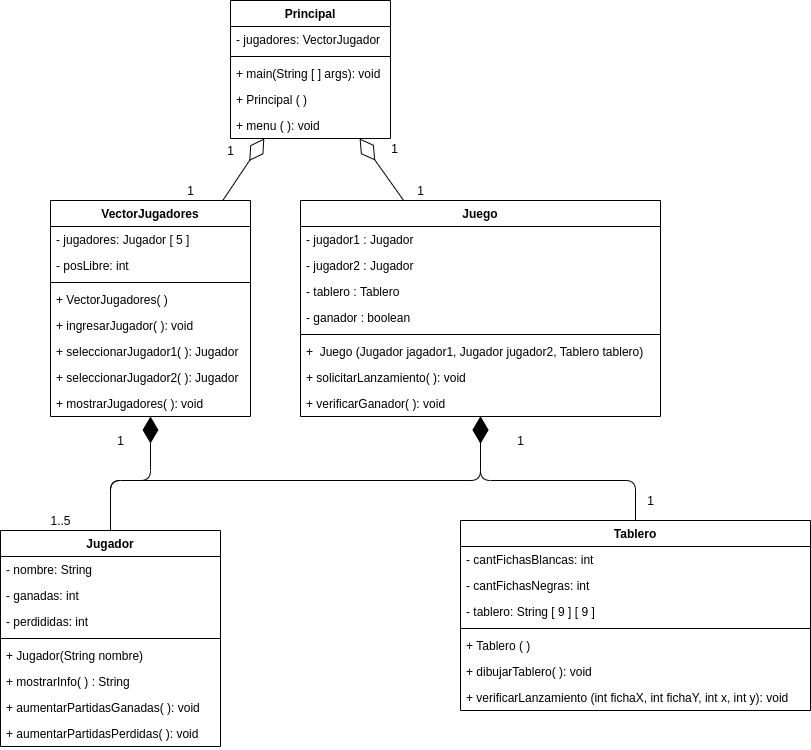
Pabloluis10/Damas keeps this draw.io diagram as Damas.png. Above is the earlier version. Source tidied: cells renumbered, new cells last; positions are measured from the earlier drawing's top-left corner, leaving out a move shared by most shapes.
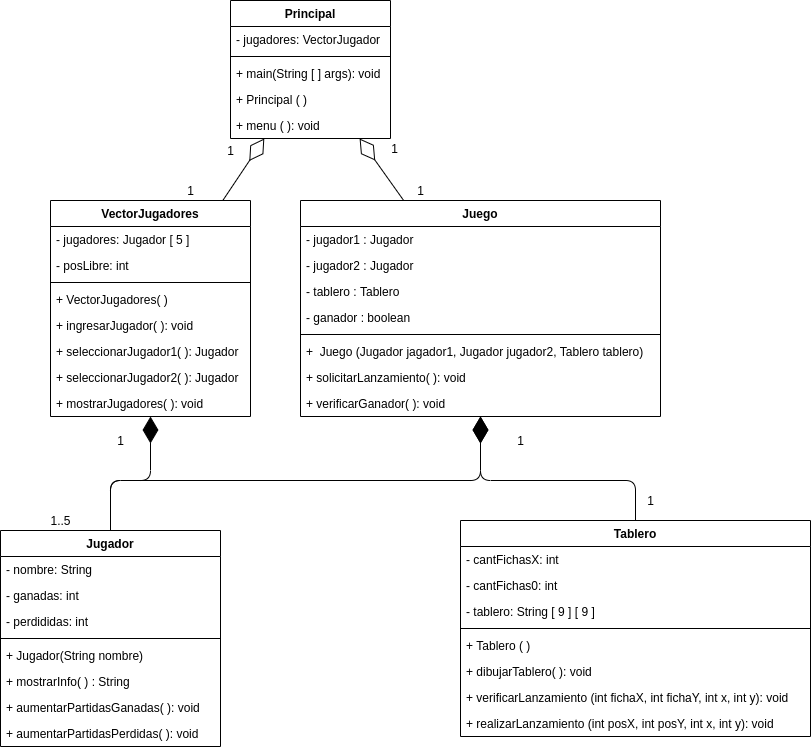
Above is the later version.

Commit message:
Agregue el metodo verificarLanzamiento y cantidadCasillasAvanzadas en Tablero.java

The edit, as a diff of the source:
```diff
@@ -30,12 +30,12 @@
       <mxGeometry y="190" width="220" height="26" as="geometry" />
     </mxCell>
     <mxCell id="11" value="Tablero" style="swimlane;fontStyle=1;align=center;verticalAlign=top;horizontal=1;startSize=26;" parent="1" vertex="1">
-      <mxGeometry x="460" y="520" width="350" height="190" as="geometry" />
+      <mxGeometry x="460" y="520" width="350" height="216" as="geometry" />
     </mxCell>
-    <mxCell id="12" value="- cantFichasBlancas: int" style="text;strokeColor=none;fillColor=none;align=left;verticalAlign=top;spacingLeft=4;spacingRight=4;overflow=hidden;" parent="11" vertex="1">
+    <mxCell id="12" value="- cantFichasX: int" style="text;strokeColor=none;fillColor=none;align=left;verticalAlign=top;spacingLeft=4;spacingRight=4;overflow=hidden;" parent="11" vertex="1">
       <mxGeometry y="26" width="350" height="26" as="geometry" />
     </mxCell>
-    <mxCell id="13" value="- cantFichasNegras: int" style="text;strokeColor=none;fillColor=none;align=left;verticalAlign=top;spacingLeft=4;spacingRight=4;overflow=hidden;" parent="11" vertex="1">
+    <mxCell id="13" value="- cantFichas0: int" style="text;strokeColor=none;fillColor=none;align=left;verticalAlign=top;spacingLeft=4;spacingRight=4;overflow=hidden;" parent="11" vertex="1">
       <mxGeometry y="52" width="350" height="26" as="geometry" />
     </mxCell>
     <mxCell id="14" value="- tablero: String [ 9 ] [ 9 ]" style="text;strokeColor=none;fillColor=none;align=left;verticalAlign=top;spacingLeft=4;spacingRight=4;overflow=hidden;" parent="11" vertex="1">
@@ -53,6 +53,9 @@
     <mxCell id="18" value="+ verificarLanzamiento (int fichaX, int fichaY, int x, int y): void" style="text;strokeColor=none;fillColor=none;align=left;verticalAlign=top;spacingLeft=4;spacingRight=4;overflow=hidden;" parent="11" vertex="1">
       <mxGeometry y="164" width="350" height="26" as="geometry" />
     </mxCell>
+    <mxCell id="56" value="+ realizarLanzamiento (int posX, int posY, int x, int y): void" style="text;strokeColor=none;fillColor=none;align=left;verticalAlign=top;spacingLeft=4;spacingRight=4;overflow=hidden;" parent="11" vertex="1">
+      <mxGeometry y="190" width="350" height="26" as="geometry" />
+    </mxCell>
     <mxCell id="19" value="Juego" style="swimlane;fontStyle=1;align=center;verticalAlign=top;horizontal=1;startSize=26;" parent="1" vertex="1">
       <mxGeometry x="300" y="200" width="360" height="216" as="geometry" />
     </mxCell>
```
